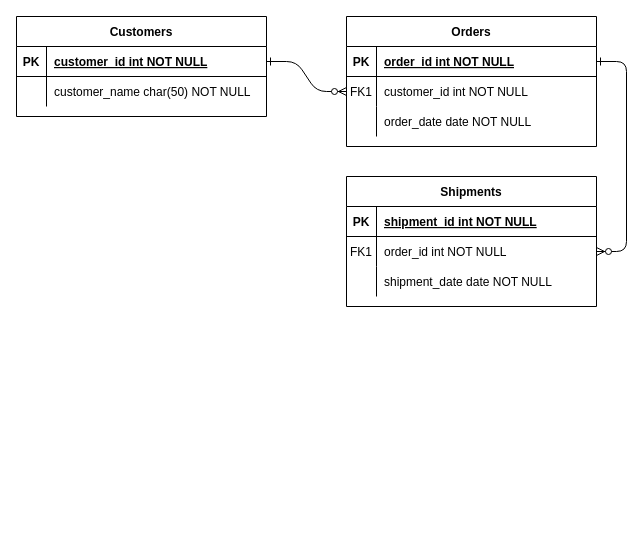
This is pertemuan-4/Untitled Diagram.drawio from nugrahaas/IF214002, a draw.io file, before an edit. Source tidied: cells renumbered, new cells numbered last; positions are measured from the earlier drawing's top-left corner, leaving out a move shared by most shapes. Both pictures are drawn from the tidied source at 100%, with x=0, y=0 at pixel (16, 16).
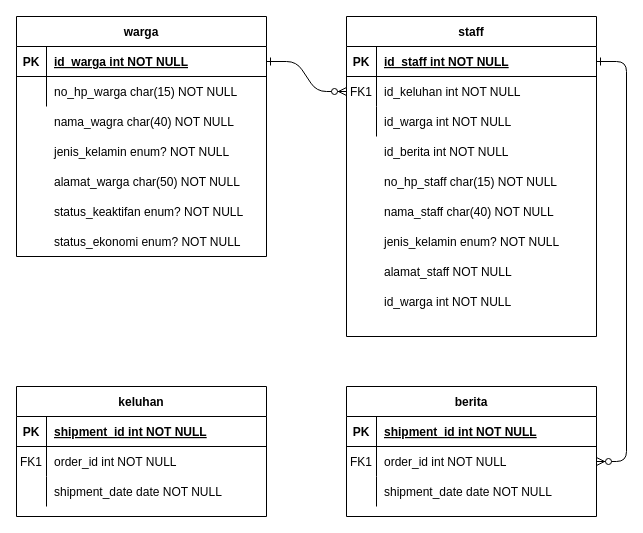
The same diagram, later.

Unchanged cells that the change refers to:
```xml
<mxCell id="5" style="shape=partialRectangle;fillColor=none;points=[[0,0.5],[1,0.5]];portConstraint=eastwest;top=0;left=0;right=0;bottom=1;" parent="4" vertex="1">
  <mxGeometry y="30" width="250" height="30" as="geometry" />
</mxCell>
<mxCell id="8" style="shape=partialRectangle;fillColor=none;points=[[0,0.5],[1,0.5]];portConstraint=eastwest;top=0;left=0;right=0;bottom=0;" parent="4" vertex="1">
  <mxGeometry y="60" width="250" height="30" as="geometry" />
</mxCell>
<mxCell id="11" style="shape=partialRectangle;fillColor=none;top=0;left=0;right=0;bottom=0;" parent="4" vertex="1">
  <mxGeometry y="90" width="250" height="30" as="geometry" />
</mxCell>
<mxCell id="25" style="shape=partialRectangle;fillColor=none;points=[[0,0.5],[1,0.5]];portConstraint=eastwest;top=0;left=0;right=0;bottom=1;" parent="24" vertex="1">
  <mxGeometry y="30" width="250" height="30" as="geometry" />
</mxCell>
<mxCell id="28" style="shape=partialRectangle;fillColor=none;top=0;left=0;right=0;bottom=0;" parent="24" vertex="1">
  <mxGeometry y="60" width="250" height="30" as="geometry" />
</mxCell>
```

What changed in the source:
```diff
@@
-    <mxCell id="4" value="Orders" style="shape=table;startSize=30;childLayout=tableLayout;rowLines=0;fontStyle=1;align=center;" parent="1" vertex="1">
-      <mxGeometry x="330" width="250" height="130" as="geometry" />
+    <mxCell id="4" value="staff" style="shape=table;startSize=30;childLayout=tableLayout;rowLines=0;fontStyle=1;align=center;" parent="1" vertex="1">
+      <mxGeometry x="330" width="250" height="320" as="geometry" />
     </mxCell>
@@
-    <mxCell id="7" value="order_id int NOT NULL " style="shape=partialRectangle;overflow=hidden;fillColor=none;top=0;left=0;bottom=0;right=0;align=left;spacingLeft=6;fontStyle=5;" parent="5" vertex="1">
+    <mxCell id="7" value="id_staff int NOT NULL " style="shape=partialRectangle;overflow=hidden;fillColor=none;top=0;left=0;bottom=0;right=0;align=left;spacingLeft=6;fontStyle=5;" parent="5" vertex="1">
       <mxGeometry x="30" width="220" height="30" as="geometry" />
     </mxCell>
@@
-    <mxCell id="10" value="customer_id int NOT NULL" style="shape=partialRectangle;overflow=hidden;fillColor=none;top=0;left=0;bottom=0;right=0;align=left;spacingLeft=6;" parent="8" vertex="1">
+    <mxCell id="10" value="id_keluhan int NOT NULL" style="shape=partialRectangle;overflow=hidden;fillColor=none;top=0;left=0;bottom=0;right=0;align=left;spacingLeft=6;" parent="8" vertex="1">
       <mxGeometry x="30" width="220" height="30" as="geometry" />
     </mxCell>
@@
-    <mxCell id="13" value="order_date date NOT NULL" style="shape=partialRectangle;overflow=hidden;fillColor=none;top=0;left=0;bottom=0;right=0;align=left;spacingLeft=6;" parent="11" vertex="1">
+    <mxCell id="13" value="id_warga int NOT NULL" style="shape=partialRectangle;overflow=hidden;fillColor=none;top=0;left=0;bottom=0;right=0;align=left;spacingLeft=6;" parent="11" vertex="1">
       <mxGeometry x="30" width="220" height="30" as="geometry" />
     </mxCell>
-    <mxCell id="14" value="Shipments" style="shape=table;startSize=30;childLayout=tableLayout;rowLines=0;fontStyle=1;align=center;" parent="1" vertex="1">
-      <mxGeometry x="330" y="160" width="250" height="130" as="geometry" />
+    <mxCell id="14" value="berita" style="shape=table;startSize=30;childLayout=tableLayout;rowLines=0;fontStyle=1;align=center;" parent="1" vertex="1">
+      <mxGeometry x="330" y="370" width="250" height="130" as="geometry" />
     </mxCell>
@@
-    <mxCell id="24" value="Customers" style="shape=table;startSize=30;childLayout=tableLayout;rowLines=0;fontStyle=1;align=center;" parent="1" vertex="1">
-      <mxGeometry width="250" height="100" as="geometry" />
+    <mxCell id="24" value="warga" style="shape=table;startSize=30;childLayout=tableLayout;rowLines=0;fontStyle=1;align=center;" parent="1" vertex="1">
+      <mxGeometry width="250" height="240" as="geometry" />
     </mxCell>
@@
-    <mxCell id="27" value="customer_id int NOT NULL " style="shape=partialRectangle;overflow=hidden;fillColor=none;top=0;left=0;bottom=0;right=0;align=left;spacingLeft=6;fontStyle=5;" parent="25" vertex="1">
+    <mxCell id="27" value="id_warga int NOT NULL " style="shape=partialRectangle;overflow=hidden;fillColor=none;top=0;left=0;bottom=0;right=0;align=left;spacingLeft=6;fontStyle=5;" parent="25" vertex="1">
       <mxGeometry x="30" width="220" height="30" as="geometry" />
     </mxCell>
@@
-    <mxCell id="30" value="customer_name char(50) NOT NULL" style="shape=partialRectangle;overflow=hidden;fillColor=none;top=0;left=0;bottom=0;right=0;align=left;spacingLeft=6;" parent="28" vertex="1">
+    <mxCell id="30" value="no_hp_warga char(15) NOT NULL" style="shape=partialRectangle;overflow=hidden;fillColor=none;top=0;left=0;bottom=0;right=0;align=left;spacingLeft=6;" parent="28" vertex="1">
       <mxGeometry x="30" width="220" height="30" as="geometry" />
     </mxCell>
+    <mxCell id="31" value="keluhan" style="shape=table;startSize=30;childLayout=tableLayout;rowLines=0;fontStyle=1;align=center;" parent="1" vertex="1">
+      <mxGeometry y="370" width="250" height="130" as="geometry" />
+    </mxCell>
+    <mxCell id="32" style="shape=partialRectangle;fillColor=none;top=0;left=0;right=0;bottom=1;" parent="31" vertex="1">
+      <mxGeometry y="30" width="250" height="30" as="geometry" />
+    </mxCell>
+    <mxCell id="33" value="PK" style="shape=partialRectangle;overflow=hidden;fillColor=none;top=0;left=0;bottom=0;right=0;fontStyle=1;" parent="32" vertex="1">
+      <mxGeometry width="30" height="30" as="geometry" />
+    </mxCell>
+    <mxCell id="34" value="shipment_id int NOT NULL " style="shape=partialRectangle;overflow=hidden;fillColor=none;top=0;left=0;bottom=0;right=0;align=left;spacingLeft=6;fontStyle=5;" parent="32" vertex="1">
+      <mxGeometry x="30" width="220" height="30" as="geometry" />
+    </mxCell>
+    <mxCell id="35" style="shape=partialRectangle;fillColor=none;top=0;left=0;right=0;bottom=0;" parent="31" vertex="1">
+      <mxGeometry y="60" width="250" height="30" as="geometry" />
+    </mxCell>
+    <mxCell id="36" value="FK1" style="shape=partialRectangle;overflow=hidden;fillColor=none;top=0;left=0;bottom=0;right=0;" parent="35" vertex="1">
+      <mxGeometry width="30" height="30" as="geometry" />
+    </mxCell>
+    <mxCell id="37" value="order_id int NOT NULL" style="shape=partialRectangle;overflow=hidden;fillColor=none;top=0;left=0;bottom=0;right=0;align=left;spacingLeft=6;" parent="35" vertex="1">
+      <mxGeometry x="30" width="220" height="30" as="geometry" />
+    </mxCell>
+    <mxCell id="38" style="shape=partialRectangle;fillColor=none;top=0;left=0;right=0;bottom=0;" parent="31" vertex="1">
+      <mxGeometry y="90" width="250" height="30" as="geometry" />
+    </mxCell>
+    <mxCell id="39" style="shape=partialRectangle;overflow=hidden;fillColor=none;top=0;left=0;bottom=0;right=0;" parent="38" vertex="1">
+      <mxGeometry width="30" height="30" as="geometry" />
+    </mxCell>
+    <mxCell id="40" value="shipment_date date NOT NULL" style="shape=partialRectangle;overflow=hidden;fillColor=none;top=0;left=0;bottom=0;right=0;align=left;spacingLeft=6;" parent="38" vertex="1">
+      <mxGeometry x="30" width="220" height="30" as="geometry" />
+    </mxCell>
+    <mxCell id="41" style="shape=partialRectangle;overflow=hidden;fillColor=none;top=0;left=0;bottom=0;right=0;align=left;spacingLeft=6;" parent="1" vertex="1">
+      <mxGeometry x="360" y="130" width="220" height="30" as="geometry" />
+    </mxCell>
+    <mxCell id="42" value="nama_wagra char(40) NOT NULL" style="shape=partialRectangle;overflow=hidden;fillColor=none;top=0;left=0;bottom=0;right=0;align=left;spacingLeft=6;" parent="1" vertex="1">
+      <mxGeometry x="30" y="90" width="220" height="30" as="geometry" />
+    </mxCell>
+    <mxCell id="43" value="jenis_kelamin enum? NOT NULL" style="shape=partialRectangle;overflow=hidden;fillColor=none;top=0;left=0;bottom=0;right=0;align=left;spacingLeft=6;" parent="1" vertex="1">
+      <mxGeometry x="30" y="120" width="220" height="30" as="geometry" />
+    </mxCell>
+    <mxCell id="44" value="alamat_warga char(50) NOT NULL" style="shape=partialRectangle;overflow=hidden;fillColor=none;top=0;left=0;bottom=0;right=0;align=left;spacingLeft=6;" parent="1" vertex="1">
+      <mxGeometry x="30" y="150" width="220" height="30" as="geometry" />
+    </mxCell>
+    <mxCell id="45" value="status_keaktifan enum? NOT NULL" style="shape=partialRectangle;overflow=hidden;fillColor=none;top=0;left=0;bottom=0;right=0;align=left;spacingLeft=6;" parent="1" vertex="1">
+      <mxGeometry x="30" y="180" width="220" height="30" as="geometry" />
+    </mxCell>
+    <mxCell id="46" value="status_ekonomi enum? NOT NULL" style="shape=partialRectangle;overflow=hidden;fillColor=none;top=0;left=0;bottom=0;right=0;align=left;spacingLeft=6;" parent="1" vertex="1">
+      <mxGeometry x="30" y="210" width="220" height="30" as="geometry" />
+    </mxCell>
+    <mxCell id="47" value="id_berita int NOT NULL" style="shape=partialRectangle;overflow=hidden;fillColor=none;top=0;left=0;bottom=0;right=0;align=left;spacingLeft=6;" parent="1" vertex="1">
+      <mxGeometry x="360" y="120" width="220" height="30" as="geometry" />
+    </mxCell>
+    <mxCell id="48" value="no_hp_staff char(15) NOT NULL" style="shape=partialRectangle;overflow=hidden;fillColor=none;top=0;left=0;bottom=0;right=0;align=left;spacingLeft=6;" parent="1" vertex="1">
+      <mxGeometry x="360" y="150" width="220" height="30" as="geometry" />
+    </mxCell>
+    <mxCell id="49" value="nama_staff char(40) NOT NULL" style="shape=partialRectangle;overflow=hidden;fillColor=none;top=0;left=0;bottom=0;right=0;align=left;spacingLeft=6;" parent="1" vertex="1">
+      <mxGeometry x="360" y="180" width="220" height="30" as="geometry" />
+    </mxCell>
+    <mxCell id="50" value="jenis_kelamin enum? NOT NULL" style="shape=partialRectangle;overflow=hidden;fillColor=none;top=0;left=0;bottom=0;right=0;align=left;spacingLeft=6;" parent="1" vertex="1">
+      <mxGeometry x="360" y="210" width="220" height="30" as="geometry" />
+    </mxCell>
+    <mxCell id="51" value="alamat_staff NOT NULL" style="shape=partialRectangle;overflow=hidden;fillColor=none;top=0;left=0;bottom=0;right=0;align=left;spacingLeft=6;" parent="1" vertex="1">
+      <mxGeometry x="360" y="240" width="220" height="30" as="geometry" />
+    </mxCell>
+    <mxCell id="52" value="id_warga int NOT NULL" style="shape=partialRectangle;overflow=hidden;fillColor=none;top=0;left=0;bottom=0;right=0;align=left;spacingLeft=6;" parent="1" vertex="1">
+      <mxGeometry x="360" y="270" width="220" height="30" as="geometry" />
+    </mxCell>
```
